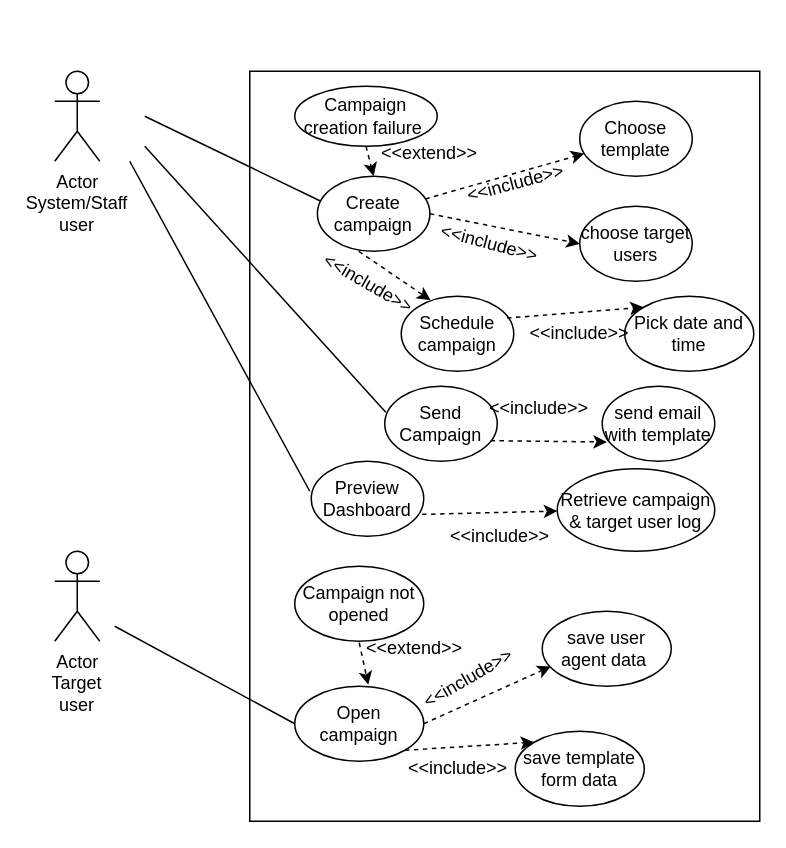
jonamadk/DrawIO keeps this draw.io diagram as iusecase.drawio. Above is the earlier version. Source tidied: cells renumbered, new cells numbered last; positions are measured from the earlier drawing's top-left corner, leaving out a move shared by most shapes. Both pictures are drawn from the tidied source at 150%, with x=0, y=0 at pixel (32, 70).
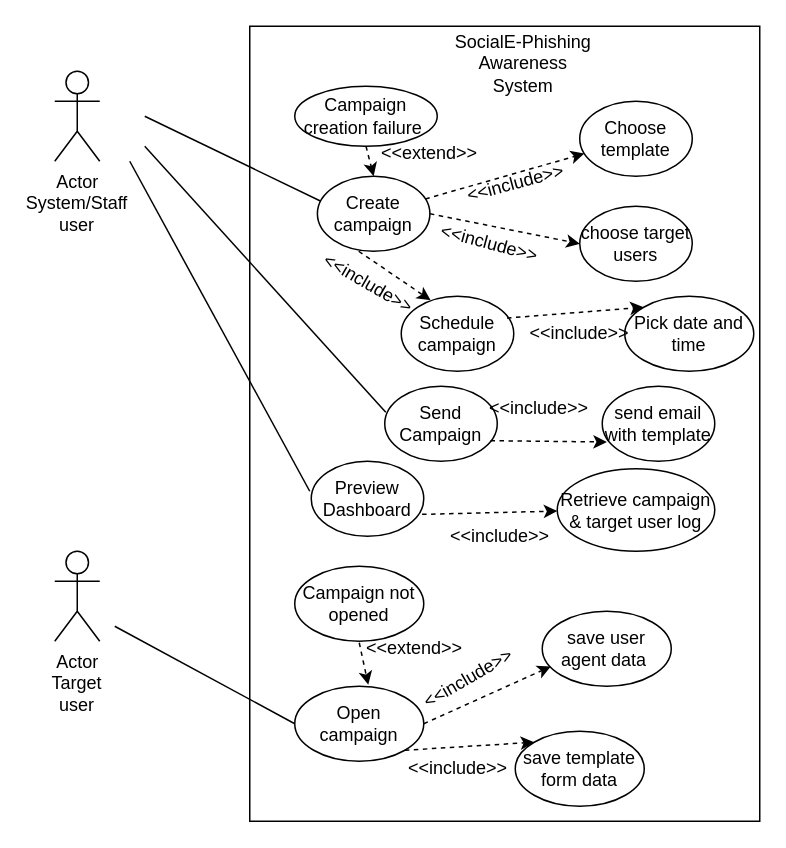
The same page after the edit.

What changed in the source:
```diff
@@
     <mxCell id="2" style="rounded=0;whiteSpace=wrap;html=1;" parent="1" vertex="1">
-      <mxGeometry x="145" width="340" height="500" as="geometry" />
+      <mxGeometry x="145" y="-30" width="340" height="530" as="geometry" />
     </mxCell>
@@
+    <mxCell id="45" value="SocialE-Phishing Awareness System" style="text;html=1;strokeColor=none;fillColor=none;align=center;verticalAlign=middle;whiteSpace=wrap;rounded=0;" parent="1" vertex="1">
+      <mxGeometry x="280" y="-20" width="95" height="30" as="geometry" />
+    </mxCell>
```
